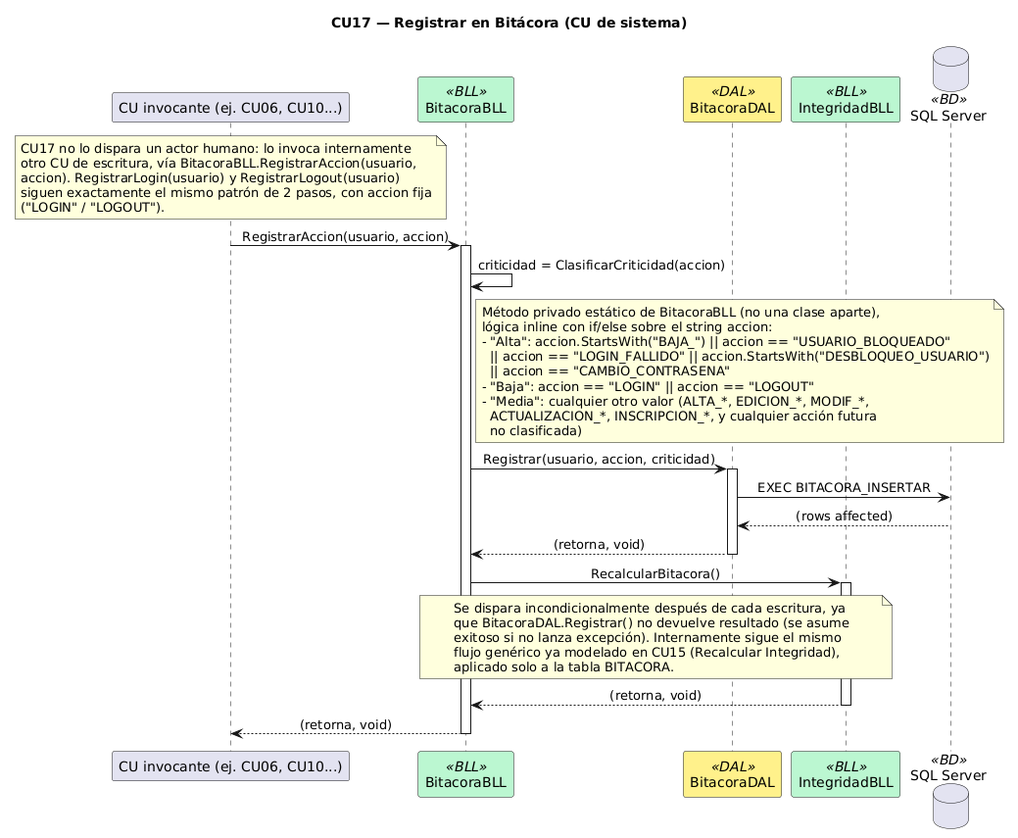
Before: DIAGRAMAS/Secuencia_CU17_RegistrarBitacora.png, a diagram exported from PlantUML (Urrels/tpDYAWeb).
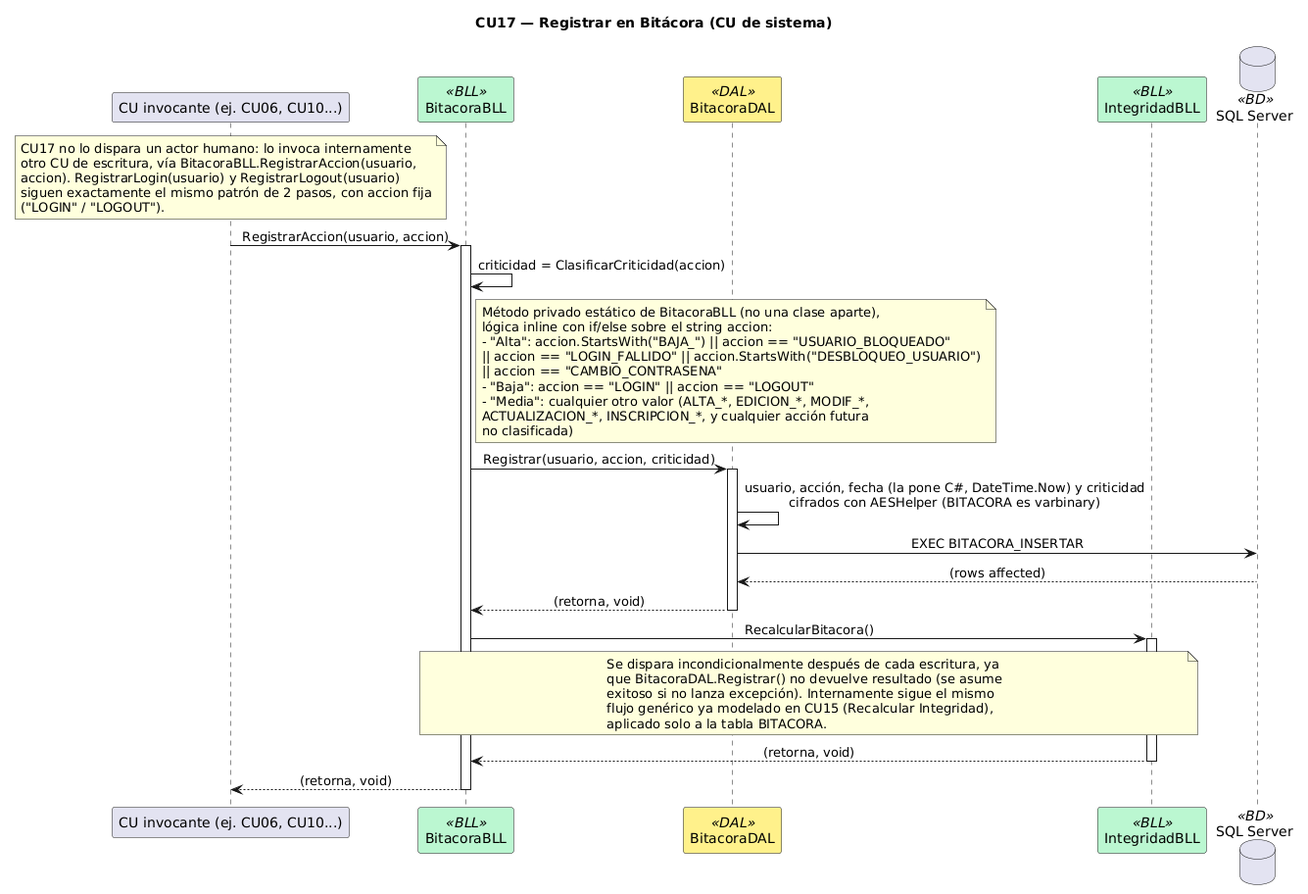
The same file after the commit.

What changed in the source:
```diff
@@ -3,61 +3,55 @@
 skinparam sequenceMessageAlign center
 skinparam shadowing false
 skinparam sequenceParticipant {
-    BackgroundColor<<Page>> #FCE7F3
-    BackgroundColor<<BLL>> #BBF7D0
-    BackgroundColor<<DAL>> #FEF08A
-    BackgroundColor<<BD>> #DBEAFE
+BackgroundColor<<Page>> #FCE7F3
+BackgroundColor<<BLL>> #BBF7D0
+BackgroundColor<<DAL>> #FEF08A
+BackgroundColor<<BD>> #DBEAFE
 }
-
 participant "CU invocante (ej. CU06, CU10...)" as ORIGEN
 participant "BitacoraBLL" as BLL <<BLL>>
 participant "BitacoraDAL" as DAL <<DAL>>
 participant "IntegridadBLL" as INTEG <<BLL>>
 database "SQL Server" as DB <<BD>>
-
 note over ORIGEN
-  CU17 no lo dispara un actor humano: lo invoca internamente
-  otro CU de escritura, vía BitacoraBLL.RegistrarAccion(usuario,
-  accion). RegistrarLogin(usuario) y RegistrarLogout(usuario)
-  siguen exactamente el mismo patrón de 2 pasos, con accion fija
-  ("LOGIN" / "LOGOUT").
+CU17 no lo dispara un actor humano: lo invoca internamente
+otro CU de escritura, vía BitacoraBLL.RegistrarAccion(usuario,
+accion). RegistrarLogin(usuario) y RegistrarLogout(usuario)
+siguen exactamente el mismo patrón de 2 pasos, con accion fija
+("LOGIN" / "LOGOUT").
 end note
-
 ORIGEN -> BLL : RegistrarAccion(usuario, accion)
 activate BLL
-
 BLL -> BLL : criticidad = ClasificarCriticidad(accion)
 note right of BLL
-  Método privado estático de BitacoraBLL (no una clase aparte),
-  lógica inline con if/else sobre el string accion:
-  - "Alta": accion.StartsWith("BAJA_") || accion == "USUARIO_BLOQUEADO"
-    || accion == "LOGIN_FALLIDO" || accion.StartsWith("DESBLOQUEO_USUARIO")
-    || accion == "CAMBIO_CONTRASENA"
-  - "Baja": accion == "LOGIN" || accion == "LOGOUT"
-  - "Media": cualquier otro valor (ALTA_*, EDICION_*, MODIF_*,
-    ACTUALIZACION_*, INSCRIPCION_*, y cualquier acción futura
-    no clasificada)
+Método privado estático de BitacoraBLL (no una clase aparte),
+lógica inline con if/else sobre el string accion:
+- "Alta": accion.StartsWith("BAJA_") || accion == "USUARIO_BLOQUEADO"
+|| accion == "LOGIN_FALLIDO" || accion.StartsWith("DESBLOQUEO_USUARIO")
+|| accion == "CAMBIO_CONTRASENA"
+- "Baja": accion == "LOGIN" || accion == "LOGOUT"
+- "Media": cualquier otro valor (ALTA_*, EDICION_*, MODIF_*,
+ACTUALIZACION_*, INSCRIPCION_*, y cualquier acción futura
+no clasificada)
 end note
-
 BLL -> DAL : Registrar(usuario, accion, criticidad)
 activate DAL
+DAL -> DAL : usuario, acción, fecha (la pone C#, DateTime.Now) y criticidad\ncifrados con AESHelper (BITACORA es varbinary)
 DAL -> DB : EXEC BITACORA_INSERTAR
 DB --> DAL : (rows affected)
 DAL --> BLL : (retorna, void)
 deactivate DAL
-
 BLL -> INTEG : RecalcularBitacora()
 activate INTEG
 note over BLL, INTEG
-  Se dispara incondicionalmente después de cada escritura, ya
-  que BitacoraDAL.Registrar() no devuelve resultado (se asume
-  exitoso si no lanza excepción). Internamente sigue el mismo
-  flujo genérico ya modelado en CU15 (Recalcular Integridad),
-  aplicado solo a la tabla BITACORA.
+Se dispara incondicionalmente después de cada escritura, ya
+que BitacoraDAL.Registrar() no devuelve resultado (se asume
+exitoso si no lanza excepción). Internamente sigue el mismo
+flujo genérico ya modelado en CU15 (Recalcular Integridad),
+aplicado solo a la tabla BITACORA.
 end note
 INTEG --> BLL : (retorna, void)
 deactivate INTEG
-
 BLL --> ORIGEN : (retorna, void)
 deactivate BLL
 @enduml
```
